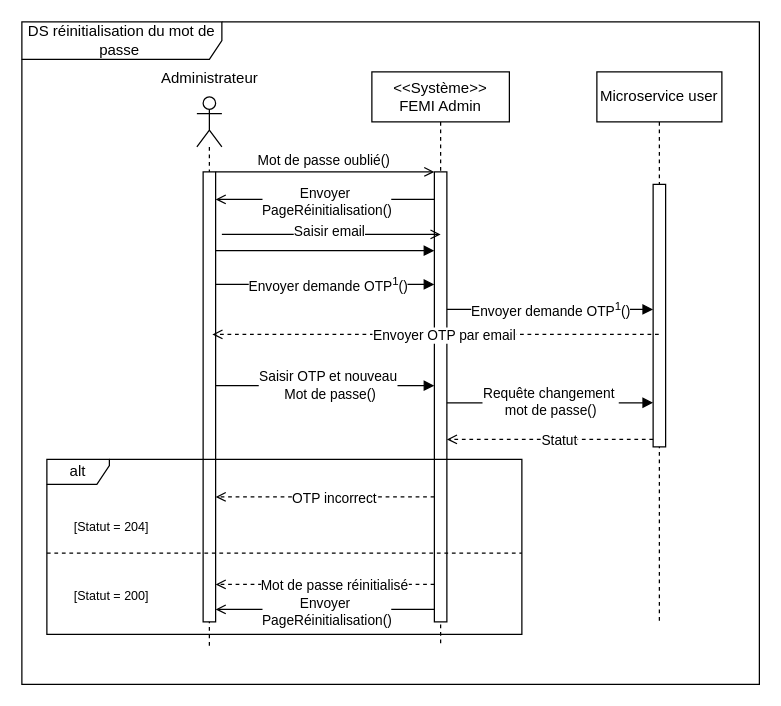
The draw.io diagram page "DS-2-RECUPERATION MOT DE PASSE" (6 of 10) of Diagramme cas d'utiilisation katina.drawio in kbvac/Diagramme-UML, before the edit. Source tidied: cells renumbered, new cells numbered last; positions are measured from the earlier drawing's top-left corner, leaving out a move shared by most shapes. Both pictures are drawn from the tidied source at 125%, with x=0, y=0 at pixel (21, 21).
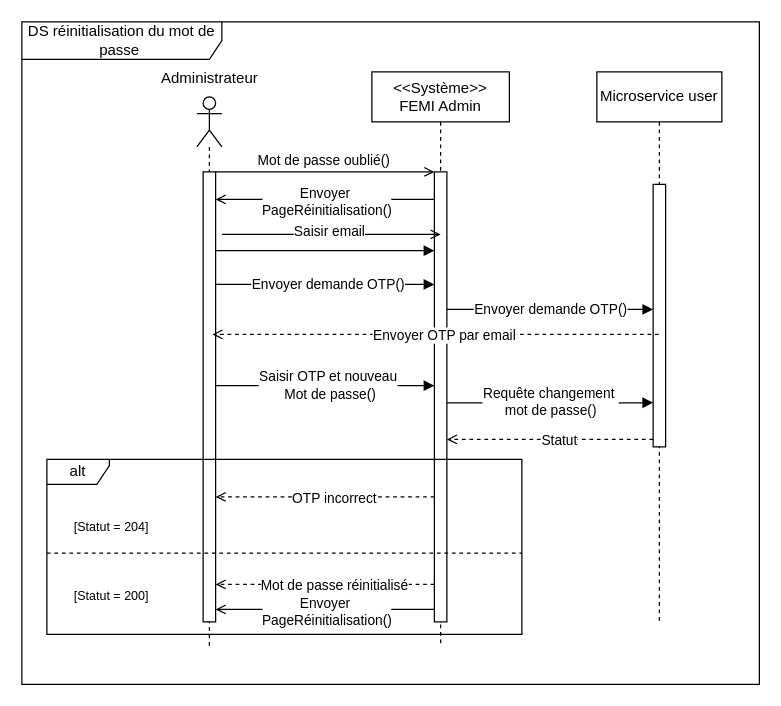
The same page after the edit.

Unchanged cells that the change refers to:
```xml
<mxCell id="28" style="html=1;verticalAlign=bottom;labelBackgroundColor=none;endArrow=block;endFill=1;rounded=0;" parent="1" edge="1" source="5" target="3">
  <mxGeometry relative="1" as="geometry">
    <Array as="points">
      <mxPoint x="255" y="210" />
      <mxPoint x="295" y="210" />
    </Array>
  </mxGeometry>
</mxCell>
<mxCell id="32" style="html=1;verticalAlign=bottom;labelBackgroundColor=none;endArrow=block;endFill=1;rounded=0;" parent="1" edge="1" target="9">
  <mxGeometry relative="1" as="geometry">
    <mxPoint x="340" y="230" as="sourcePoint" />
    <Array as="points">
      <mxPoint x="440" y="230" />
      <mxPoint x="480" y="230" />
    </Array>
  </mxGeometry>
</mxCell>
```

Diff of the diagram source:
```diff
@@
-    <mxCell id="29" value="Envoyer demande OTP&lt;sup&gt;1&lt;/sup&gt;()" style="edgeLabel;html=1;align=center;verticalAlign=middle;" parent="28" vertex="1">
+    <mxCell id="29" value="Envoyer demande OTP()" style="edgeLabel;html=1;align=center;verticalAlign=middle;" parent="28" vertex="1">
       <mxGeometry x="0.24" y="1" relative="1" as="geometry">
         <mxPoint x="-20" as="offset" />
       </mxGeometry>
     </mxCell>
@@
-    <mxCell id="33" value="Envoyer demande OTP&lt;sup&gt;1&lt;/sup&gt;()" style="edgeLabel;html=1;align=center;verticalAlign=middle;" parent="32" vertex="1">
+    <mxCell id="33" value="Envoyer demande OTP()" style="edgeLabel;html=1;align=center;verticalAlign=middle;" parent="32" vertex="1">
       <mxGeometry x="0.24" y="1" relative="1" as="geometry">
         <mxPoint x="-20" as="offset" />
       </mxGeometry>
     </mxCell>
```
